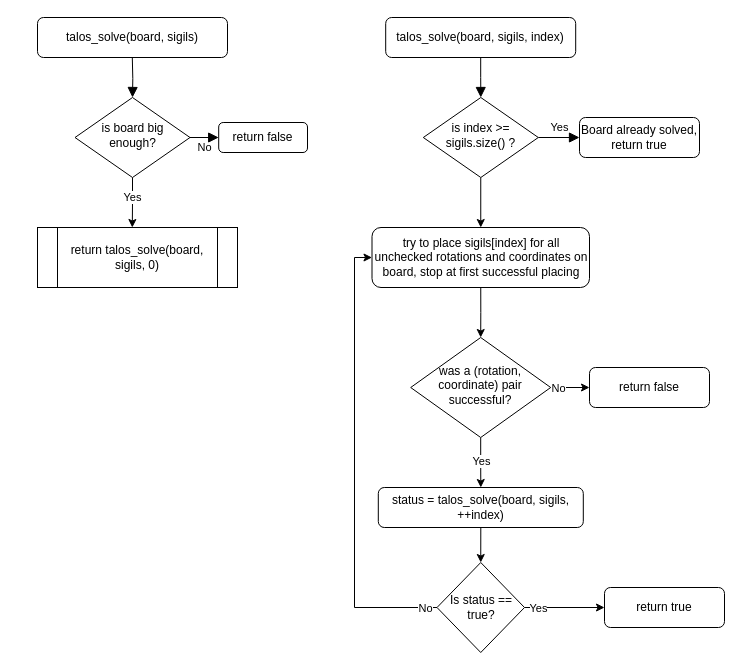
Above: docs/talos_solve_flowchart.drawio in cppcake/talossolver (draw.io), before the change. Source tidied: cells renumbered, new cells numbered last; positions are measured from the earlier drawing's top-left corner, leaving out a move shared by most shapes. Both pictures are drawn from the tidied source at 100%, with x=0, y=0 at pixel (37, 17).
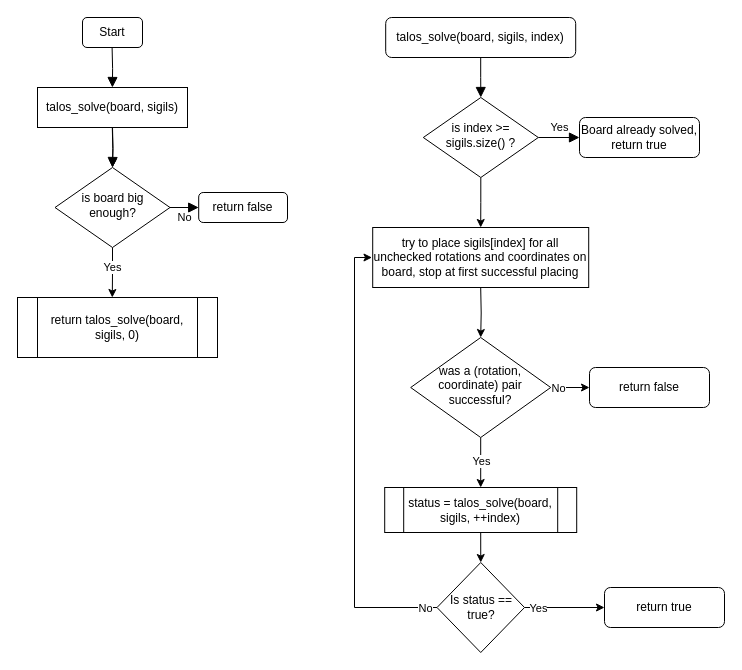
The same page after the edit.

The change refers to these unchanged cells:
```xml
<mxCell id="5" value="is index &amp;gt;= sigils.size() ?" style="rhombus;whiteSpace=wrap;html=1;shadow=0;fontFamily=Helvetica;fontSize=12;align=center;strokeWidth=1;spacing=6;spacingTop=-4;" parent="1" vertex="1">
  <mxGeometry x="385.8" y="80" width="115" height="80" as="geometry" />
</mxCell>
<mxCell id="24" value="Is status == true?" style="rhombus;whiteSpace=wrap;html=1;" parent="1" vertex="1">
  <mxGeometry x="399.5" y="545" width="87.5" height="90" as="geometry" />
</mxCell>
```

Change to the diagram source:
```diff
@@
-    <mxCell id="2" value="talos_solve(board, sigils)" style="rounded=1;whiteSpace=wrap;html=1;fontSize=12;glass=0;strokeWidth=1;shadow=0;" parent="1" vertex="1">
-      <mxGeometry width="190" height="40" as="geometry" />
-    </mxCell>
+    <mxCell id="32" style="edgeStyle=orthogonalEdgeStyle;rounded=0;jettySize=auto;html=1;" parent="1" edge="1" target="29">
+      <mxGeometry relative="1" as="geometry">
+        <mxPoint x="75" y="110" as="sourcePoint" />
+      </mxGeometry>
+    </mxCell>
@@
-    <mxCell id="4" style="edgeStyle=orthogonalEdgeStyle;rounded=0;jettySize=auto;html=1;entryX=0.5;entryY=0;entryDx=0;entryDy=0;" parent="1" edge="1" source="5" target="19">
-      <mxGeometry relative="1" as="geometry" />
+    <mxCell id="4" style="edgeStyle=orthogonalEdgeStyle;rounded=0;jettySize=auto;html=1;entryX=0.5;entryY=0;entryDx=0;entryDy=0;" parent="1" edge="1" source="5">
+      <mxGeometry relative="1" as="geometry">
+        <mxPoint x="443.2" y="210" as="targetPoint" />
+      </mxGeometry>
     </mxCell>
@@
-    <mxCell id="7" style="edgeStyle=orthogonalEdgeStyle;rounded=0;jettySize=auto;html=1;entryX=0.5;entryY=0;entryDx=0;entryDy=0;" parent="1" edge="1" source="11" target="13">
-      <mxGeometry relative="1" as="geometry" />
+    <mxCell id="7" style="edgeStyle=orthogonalEdgeStyle;rounded=0;jettySize=auto;html=1;entryX=0.5;entryY=0;entryDx=0;entryDy=0;" parent="1" edge="1" source="11">
+      <mxGeometry relative="1" as="geometry">
+        <mxPoint x="443.2" y="470" as="targetPoint" />
+      </mxGeometry>
     </mxCell>
@@
-    <mxCell id="11" value="was a (rotation, coordinate) pair successful?" style="rhombus;whiteSpace=wrap;html=1;shadow=0;fontFamily=Helvetica;fontSize=12;align=center;strokeWidth=1;spacing=6;spacingTop=-4;" parent="1" vertex="1">
+    <mxCell id="11" value="&lt;div style=&quot;&quot;&gt;&lt;span style=&quot;background-color: initial;&quot;&gt;was a (rotation, coordinate) pair successful?&lt;/span&gt;&lt;/div&gt;" style="rhombus;whiteSpace=wrap;html=1;shadow=0;fontFamily=Helvetica;fontSize=12;align=center;strokeWidth=1;spacing=6;spacingTop=-4;verticalAlign=middle;" parent="1" vertex="1">
       <mxGeometry x="373.2" y="320" width="140" height="100" as="geometry" />
     </mxCell>
-    <mxCell id="12" style="edgeStyle=orthogonalEdgeStyle;rounded=0;jettySize=auto;html=1;exitX=0.5;exitY=1;exitDx=0;exitDy=0;entryX=0.5;entryY=0;entryDx=0;entryDy=0;" parent="1" edge="1" source="13" target="24">
-      <mxGeometry relative="1" as="geometry" />
+    <mxCell id="12" style="edgeStyle=orthogonalEdgeStyle;rounded=0;jettySize=auto;html=1;exitX=0.5;exitY=1;exitDx=0;exitDy=0;entryX=0.5;entryY=0;entryDx=0;entryDy=0;" parent="1" edge="1" target="24">
+      <mxGeometry relative="1" as="geometry">
+        <mxPoint x="443.2" y="510" as="sourcePoint" />
+      </mxGeometry>
     </mxCell>
-    <mxCell id="13" value="status = talos_solve(board, sigils, ++index)" style="rounded=1;whiteSpace=wrap;html=1;fontSize=12;glass=0;strokeWidth=1;shadow=0;" parent="1" vertex="1">
-      <mxGeometry x="340.8" y="470" width="205" height="40" as="geometry" />
-    </mxCell>
@@
     <mxCell id="17" value="return talos_solve(board, sigils, 0)" style="shape=process;whiteSpace=wrap;html=1;backgroundOutline=1;" parent="1" vertex="1">
-      <mxGeometry y="210" width="200" height="60" as="geometry" />
+      <mxGeometry x="-20" y="280" width="200" height="60" as="geometry" />
     </mxCell>
-    <mxCell id="18" style="edgeStyle=orthogonalEdgeStyle;rounded=0;jettySize=auto;html=1;exitX=0.5;exitY=1;exitDx=0;exitDy=0;entryX=0.5;entryY=0;entryDx=0;entryDy=0;" parent="1" edge="1" source="19" target="11">
-      <mxGeometry relative="1" as="geometry" />
+    <mxCell id="18" style="edgeStyle=orthogonalEdgeStyle;rounded=0;jettySize=auto;html=1;exitX=0.5;exitY=1;exitDx=0;exitDy=0;entryX=0.5;entryY=0;entryDx=0;entryDy=0;" parent="1" edge="1" target="11">
+      <mxGeometry relative="1" as="geometry">
+        <mxPoint x="443.2" y="270" as="sourcePoint" />
+      </mxGeometry>
     </mxCell>
-    <mxCell id="19" value="try to place sigils[index] for all unchecked rotations and coordinates on board, stop at first successful placing" style="rounded=1;whiteSpace=wrap;html=1;fontSize=12;glass=0;strokeWidth=1;shadow=0;" parent="1" vertex="1">
-      <mxGeometry x="334.5" y="210" width="217.5" height="60" as="geometry" />
-    </mxCell>
-    <mxCell id="20" style="edgeStyle=orthogonalEdgeStyle;rounded=0;jettySize=auto;html=1;entryX=0;entryY=0.5;entryDx=0;entryDy=0;exitX=0;exitY=0.5;exitDx=0;exitDy=0;" parent="1" edge="1" source="24" target="19">
+    <mxCell id="20" style="edgeStyle=orthogonalEdgeStyle;rounded=0;jettySize=auto;html=1;entryX=0;entryY=0.5;entryDx=0;entryDy=0;exitX=0;exitY=0.5;exitDx=0;exitDy=0;" parent="1" edge="1" source="24">
       <mxGeometry relative="1" as="geometry">
+        <mxPoint x="334.5" y="240" as="targetPoint" />
         <Array as="points">
           <mxPoint x="317" y="590" />
           <mxPoint x="317" y="240" />
         </Array>
       </mxGeometry>
     </mxCell>
@@
     <mxCell id="27" style="edgeStyle=orthogonalEdgeStyle;rounded=0;jettySize=auto;html=1;entryX=0.5;entryY=0;entryDx=0;entryDy=0;" parent="1" edge="1" source="29">
       <mxGeometry relative="1" as="geometry">
-        <mxPoint x="94.8" y="210" as="targetPoint" />
+        <mxPoint x="74.8" y="280" as="targetPoint" />
       </mxGeometry>
     </mxCell>
@@
     <mxCell id="29" value="is board big enough?" style="rhombus;whiteSpace=wrap;html=1;shadow=0;fontFamily=Helvetica;fontSize=12;align=center;strokeWidth=1;spacing=6;spacingTop=-4;" parent="1" vertex="1">
-      <mxGeometry x="37.5" y="80" width="115" height="80" as="geometry" />
+      <mxGeometry x="17.5" y="150" width="115" height="80" as="geometry" />
     </mxCell>
     <mxCell id="30" value="return false" style="rounded=1;whiteSpace=wrap;html=1;fontSize=12;glass=0;strokeWidth=1;shadow=0;" parent="1" vertex="1">
-      <mxGeometry x="181.2" y="105" width="88.8" height="30" as="geometry" />
+      <mxGeometry x="161.2" y="175" width="88.8" height="30" as="geometry" />
     </mxCell>
     <mxCell id="31" style="rounded=0;html=1;jettySize=auto;fontSize=11;endArrow=block;endFill=1;endSize=8;strokeWidth=1;shadow=0;labelBackgroundColor=none;edgeStyle=orthogonalEdgeStyle;exitX=0.5;exitY=1;exitDx=0;exitDy=0;entryX=0.5;entryY=0;entryDx=0;entryDy=0;" parent="1" edge="1" target="29">
       <mxGeometry relative="1" as="geometry">
-        <mxPoint x="94.8" y="40" as="sourcePoint" />
+        <mxPoint x="74.8" y="110" as="sourcePoint" />
       </mxGeometry>
     </mxCell>
+    <mxCell id="33" style="rounded=0;html=1;jettySize=auto;orthogonalLoop=1;fontSize=11;endArrow=block;endFill=1;endSize=8;strokeWidth=1;shadow=0;labelBackgroundColor=none;edgeStyle=orthogonalEdgeStyle;exitX=0.5;exitY=1;exitDx=0;exitDy=0;entryX=0.5;entryY=0;entryDx=0;entryDy=0;" parent="1" edge="1">
+      <mxGeometry relative="1" as="geometry">
+        <mxPoint x="74.6" y="30" as="sourcePoint" />
+        <mxPoint x="74.9" y="70" as="targetPoint" />
+      </mxGeometry>
+    </mxCell>
+    <mxCell id="34" value="Start" style="rounded=1;whiteSpace=wrap;html=1;fontSize=12;glass=0;strokeWidth=1;shadow=0;" parent="1" vertex="1">
+      <mxGeometry x="45" width="60" height="30" as="geometry" />
+    </mxCell>
+    <mxCell id="2" value="talos_solve(board, sigils)" style="rounded=0;whiteSpace=wrap;html=1;" parent="1" vertex="1">
+      <mxGeometry y="70" width="150" height="40" as="geometry" />
+    </mxCell>
+    <mxCell id="19" value="try to place sigils[index] for all unchecked rotations and coordinates on board, stop at first successful placing" style="rounded=0;whiteSpace=wrap;html=1;" parent="1" vertex="1">
+      <mxGeometry x="335.2" y="210" width="216" height="60" as="geometry" />
+    </mxCell>
+    <mxCell id="13" value="status = talos_solve(board, sigils, ++index)" style="shape=process;whiteSpace=wrap;html=1;backgroundOutline=1;" parent="1" vertex="1">
+      <mxGeometry x="347.2" y="470" width="192" height="45" as="geometry" />
+    </mxCell>
```
